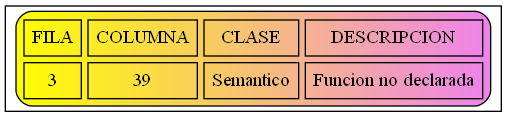
Before: Errores.png, a diagram exported from Graphviz (JoseMore99/OLC2_P1_201701015). Its source is kept beside it as Errores.dot.
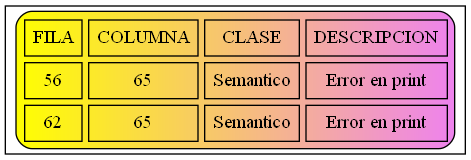
After the commit.

Change to the diagram source:
```diff
@@ -2,6 +2,7 @@
 node [shape=record];
 a0 [label=<<TABLE border="1" cellspacing="5" cellpadding="5" style="rounded" bgcolor="yellow:violet">
 "<TR><TD>FILA</TD><TD>COLUMNA</TD><TD>CLASE</TD><TD>DESCRIPCION</TD></TR>
-<TR><TD>3</TD><TD>39</TD><TD>Semantico</TD><TD>Funcion no declarada</TD></TR>
+<TR><TD>56</TD><TD>65</TD><TD>Semantico</TD><TD>Error en print</TD></TR>
+<TR><TD>62</TD><TD>65</TD><TD>Semantico</TD><TD>Error en print</TD></TR>
 </TABLE>>];
 }
```
